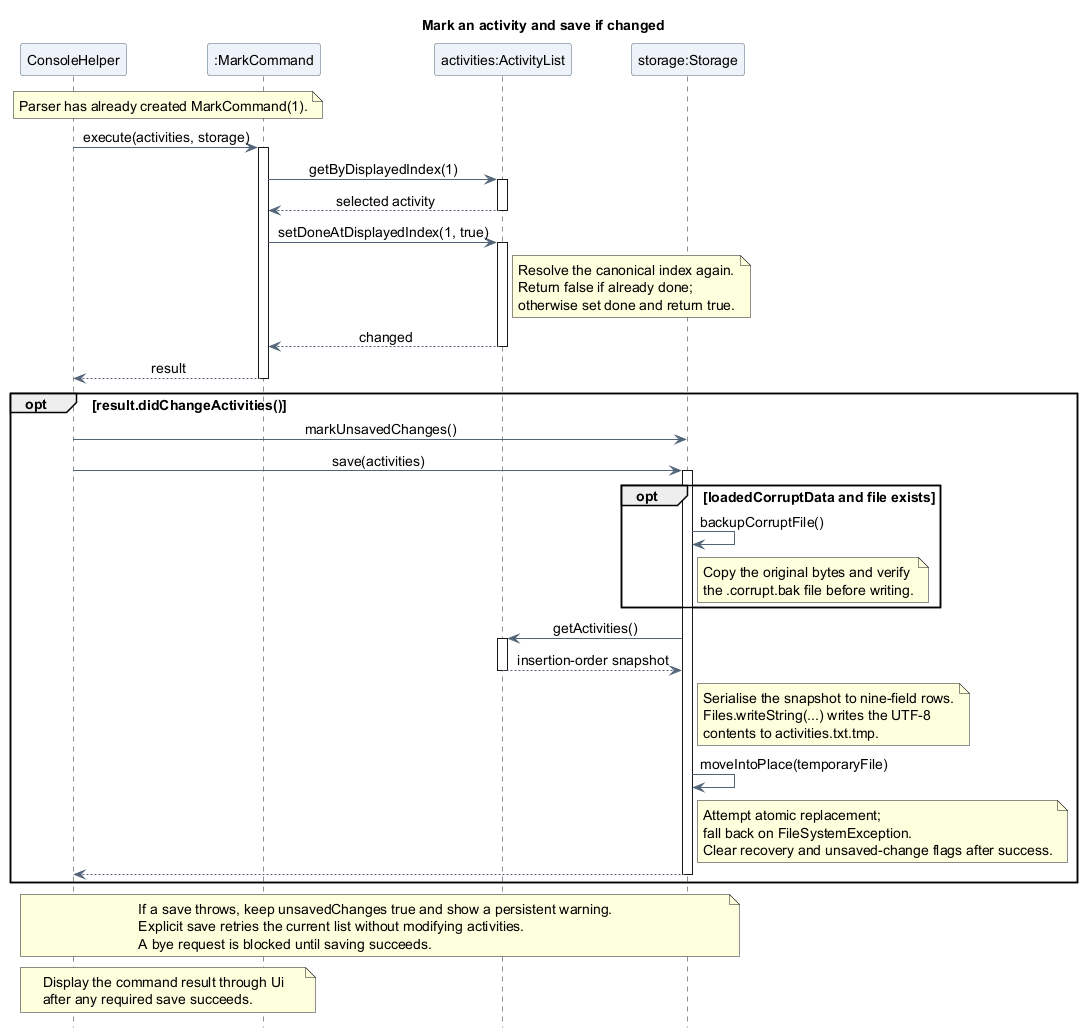
Before: docs/images/oliver/sequence/CompletionAndSaveSequence.png, a diagram exported from PlantUML (AY2627S1-CS2113-T10-4/tp).
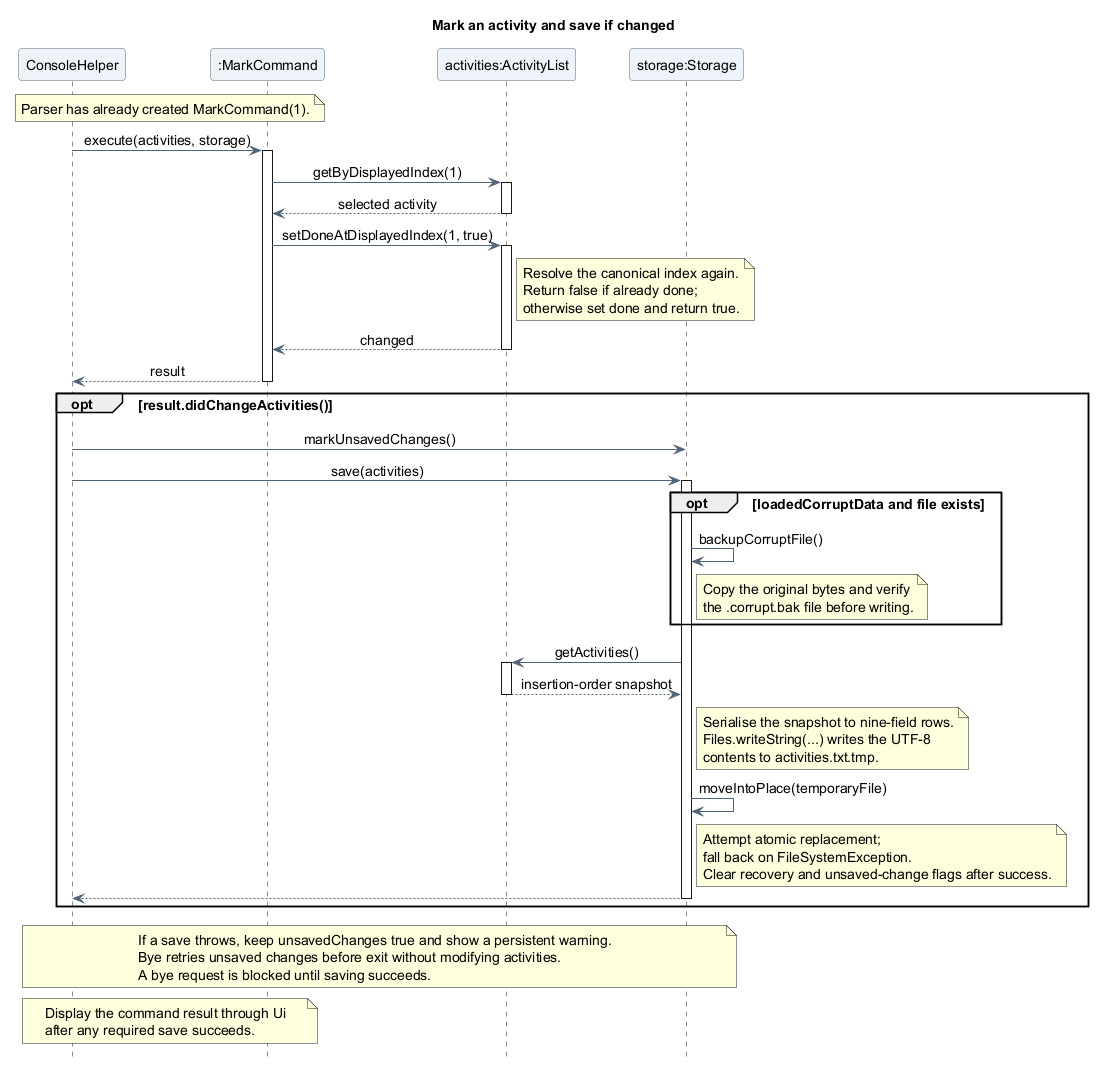
After the change.

The edit, as a diff of the source:
```diff
@@ -67,7 +67,7 @@
 end
 note over Console, Storage
   If a save throws, keep unsavedChanges true and show a persistent warning.
-  Explicit save retries the current list without modifying activities.
+  Bye retries unsaved changes before exit without modifying activities.
   A bye request is blocked until saving succeeds.
 end note
 note over Console, Mark
```
